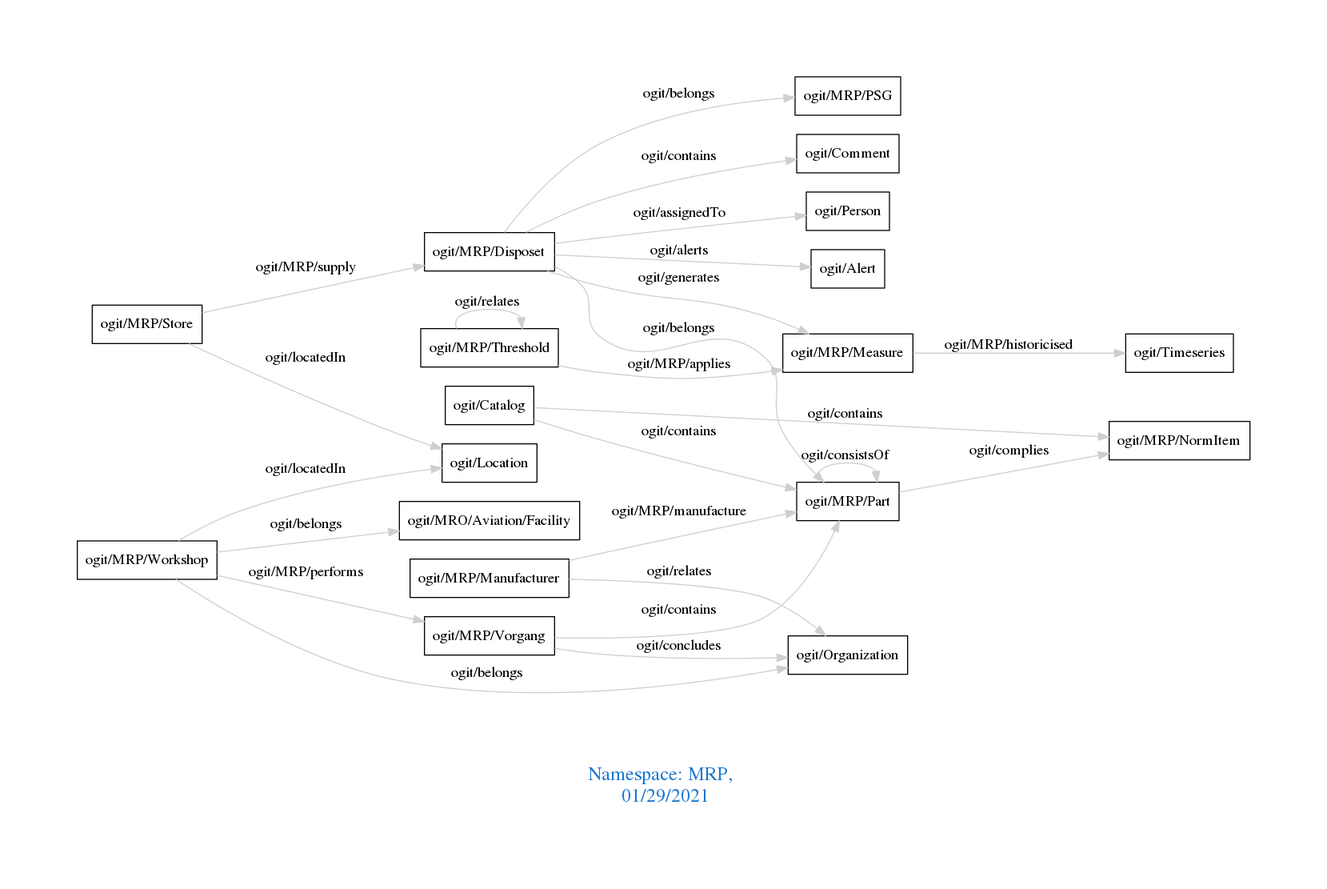
Earlier version of the Graphviz export downloads/MRP.png (arago/OGIT). Its source is kept beside it as downloads/MRP.dot.
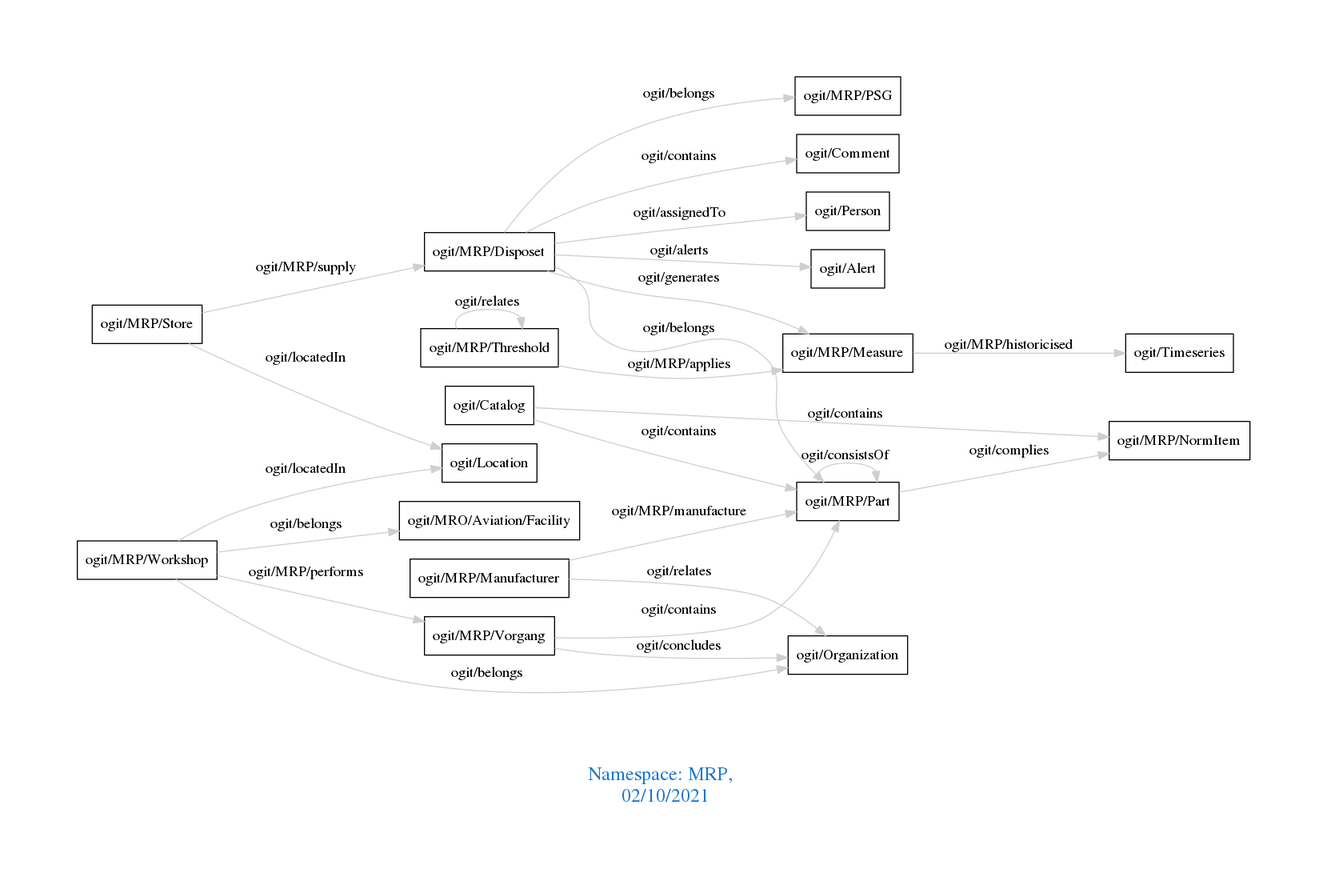
The same diagram one commit later.

What changed in the source:
```diff
@@ -1,7 +1,7 @@
 digraph OGIT_ontology {
  graph [ rankdir= LR,pad=1
 fontsize = 18,
-fontcolor= dodgerblue3,label = "\n\n\nNamespace: MRP, \n 01/29/2021"];
+fontcolor= dodgerblue3,label = "\n\n\nNamespace: MRP, \n 02/10/2021"];
 node[shape=polygon];
 edge [  color="gray81"];
 
```
